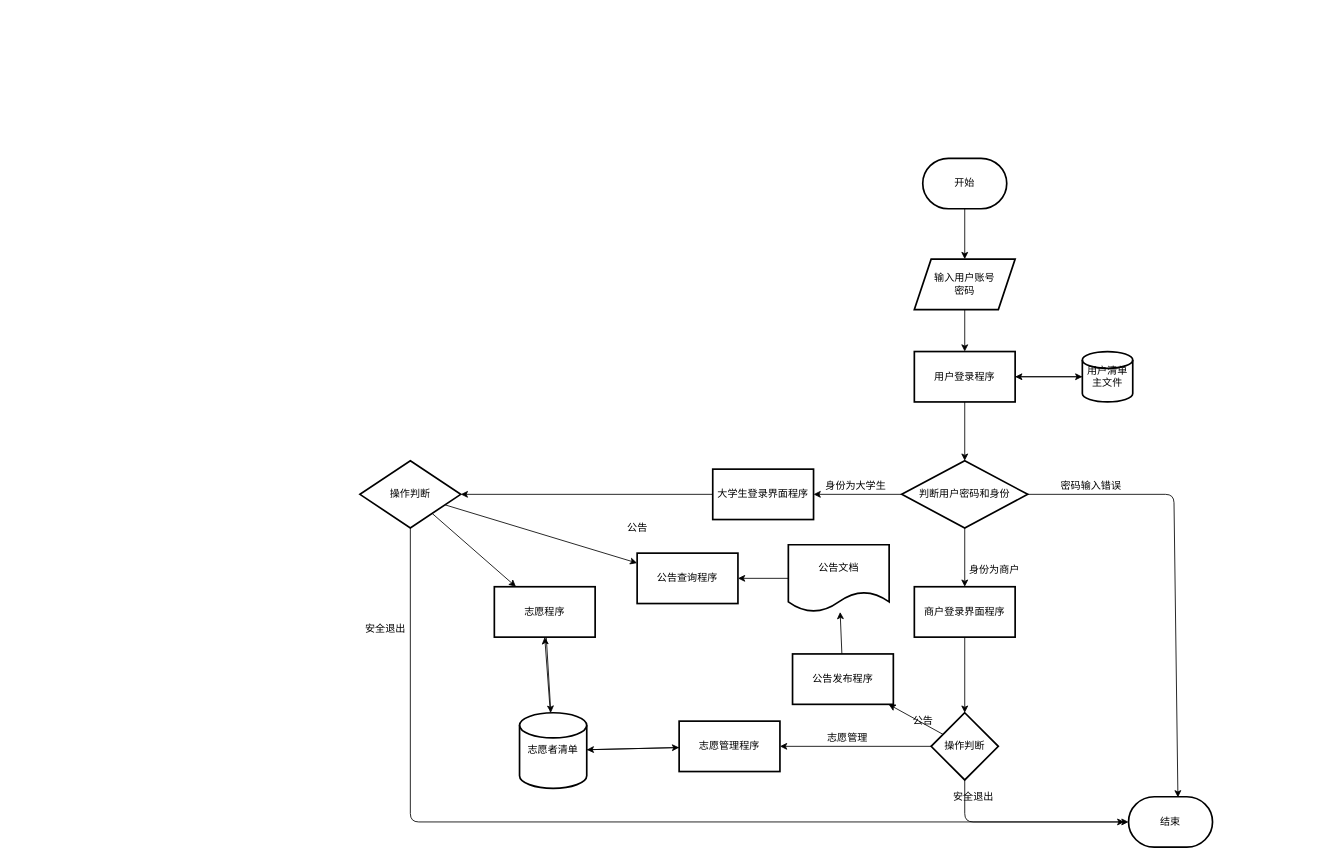
scxdhr020629/SE2022-G09 keeps this draw.io diagram as item/origin/流程图/sysG09.drawio. Above is the earlier version. Source tidied: cells renumbered, new cells numbered last; positions are measured from the earlier drawing's top-left corner, leaving out a move shared by most shapes. Both pictures are drawn from the tidied source at 84%, with x=0, y=0 at pixel (360, 158).
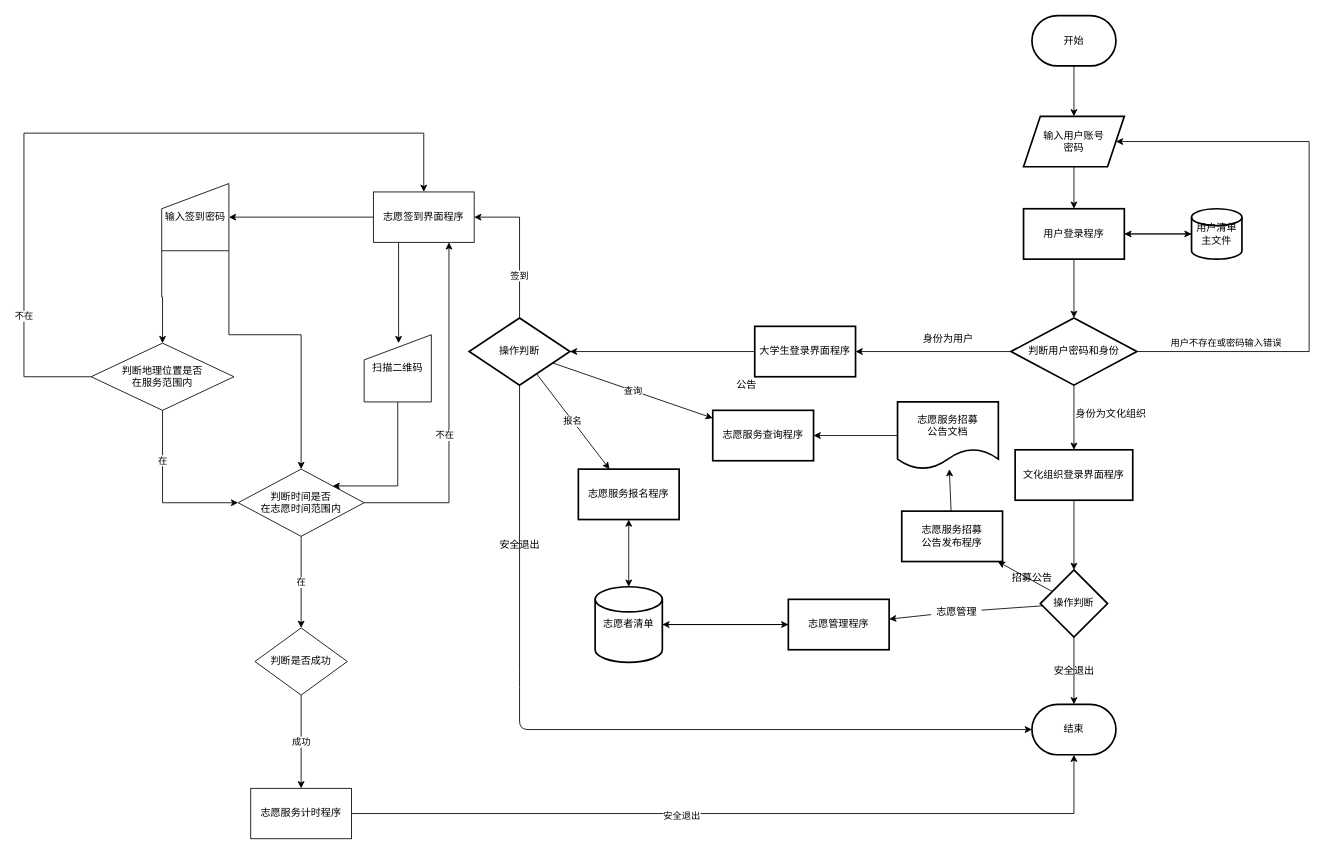
The same page after the edit.

What changed in the source:
```diff
@@
     <mxCell id="3" value="开始" style="strokeWidth=2;html=1;shape=mxgraph.flowchart.terminator;whiteSpace=wrap;" parent="1" vertex="1">
-      <mxGeometry x="670" width="100" height="60" as="geometry" />
+      <mxGeometry x="800" y="-170" width="100" height="60" as="geometry" />
     </mxCell>
@@
     <mxCell id="5" value="输入用户账号&lt;br&gt;密码" style="shape=parallelogram;perimeter=parallelogramPerimeter;whiteSpace=wrap;html=1;fixedSize=1;strokeWidth=2;" parent="1" vertex="1">
-      <mxGeometry x="660" y="120" width="120" height="60" as="geometry" />
+      <mxGeometry x="790" y="-50" width="120" height="60" as="geometry" />
     </mxCell>
@@
     <mxCell id="8" value="用户登录程序" style="whiteSpace=wrap;html=1;strokeWidth=2;" parent="1" vertex="1">
-      <mxGeometry x="660" y="230" width="120" height="60" as="geometry" />
+      <mxGeometry x="790" y="60" width="120" height="60" as="geometry" />
     </mxCell>
@@
     <mxCell id="10" value="用户清单主文件" style="strokeWidth=2;html=1;shape=mxgraph.flowchart.database;whiteSpace=wrap;" parent="1" vertex="1">
-      <mxGeometry x="860" y="230" width="60" height="60" as="geometry" />
+      <mxGeometry x="990" y="60" width="60" height="60" as="geometry" />
     </mxCell>
-    <mxCell id="11" style="edgeStyle=none;html=1;exitX=1;exitY=0.5;exitDx=0;exitDy=0;entryX=0.588;entryY=0.013;entryDx=0;entryDy=0;entryPerimeter=0;" parent="1" edge="1" source="14" target="15">
-      <mxGeometry relative="1" as="geometry">
-        <Array as="points">
-          <mxPoint x="969" y="400" />
-        </Array>
-      </mxGeometry>
-    </mxCell>
@@
     <mxCell id="14" value="判断用户密码和身份" style="rhombus;whiteSpace=wrap;html=1;strokeWidth=2;" parent="1" vertex="1">
-      <mxGeometry x="645" y="360" width="150" height="80" as="geometry" />
+      <mxGeometry x="775" y="190" width="150" height="80" as="geometry" />
     </mxCell>
     <mxCell id="15" value="结束" style="strokeWidth=2;html=1;shape=mxgraph.flowchart.terminator;whiteSpace=wrap;" parent="1" vertex="1">
-      <mxGeometry x="915" y="760" width="100" height="60" as="geometry" />
+      <mxGeometry x="800" y="650" width="100" height="60" as="geometry" />
     </mxCell>
-    <mxCell id="16" value="密码输入错误" style="text;html=1;align=center;verticalAlign=middle;strokeColor=none;fillColor=none;" parent="1" vertex="1">
-      <mxGeometry x="825" y="380" width="90" height="20" as="geometry" />
-    </mxCell>
@@
     <mxCell id="18" value="大学生登录界面程序" style="whiteSpace=wrap;html=1;strokeWidth=2;" parent="1" vertex="1">
-      <mxGeometry x="420" y="370" width="120" height="60" as="geometry" />
+      <mxGeometry x="470" y="200" width="120" height="60" as="geometry" />
     </mxCell>
@@
-    <mxCell id="20" value="商户登录界面程序" style="whiteSpace=wrap;html=1;strokeWidth=2;" parent="1" vertex="1">
-      <mxGeometry x="660" y="510" width="120" height="60" as="geometry" />
+    <mxCell id="20" value="文化组织登录界面程序" style="whiteSpace=wrap;html=1;strokeWidth=2;" parent="1" vertex="1">
+      <mxGeometry x="780" y="347" width="140" height="60" as="geometry" />
     </mxCell>
-    <mxCell id="21" style="edgeStyle=none;html=1;" parent="1" edge="1" source="24" target="28">
+    <mxCell id="21" value="查询" style="edgeStyle=none;html=1;" parent="1" edge="1" source="24" target="28">
       <mxGeometry relative="1" as="geometry" />
     </mxCell>
-    <mxCell id="22" style="edgeStyle=none;html=1;" parent="1" edge="1" source="24" target="45">
+    <mxCell id="22" value="报名" style="edgeStyle=none;html=1;" parent="1" edge="1" source="24" target="45">
       <mxGeometry relative="1" as="geometry" />
     </mxCell>
     <mxCell id="23" style="edgeStyle=none;html=1;exitX=0.5;exitY=1;exitDx=0;exitDy=0;" parent="1" edge="1" source="24" target="15">
       <mxGeometry relative="1" as="geometry">
         <Array as="points">
-          <mxPoint x="60" y="790" />
+          <mxPoint x="190" y="620" />
+          <mxPoint x="190" y="680" />
         </Array>
       </mxGeometry>
     </mxCell>
+    <mxCell id="48" value="签到" style="edgeStyle=orthogonalEdgeStyle;rounded=0;jettySize=auto;html=1;entryX=1;entryY=0.5;entryDx=0;entryDy=0;" parent="1" edge="1" source="24" target="51">
+      <mxGeometry x="-0.41" relative="1" as="geometry">
+        <mxPoint y="1" as="offset" />
+      </mxGeometry>
+    </mxCell>
     <mxCell id="24" value="操作判断" style="rhombus;whiteSpace=wrap;html=1;strokeWidth=2;" parent="1" vertex="1">
-      <mxGeometry y="360" width="120" height="80" as="geometry" />
+      <mxGeometry x="130" y="190" width="120" height="80" as="geometry" />
     </mxCell>
-    <mxCell id="25" value="身份为大学生" style="text;html=1;align=center;verticalAlign=middle;strokeColor=none;fillColor=none;" parent="1" vertex="1">
-      <mxGeometry x="545" y="380" width="90" height="20" as="geometry" />
+    <mxCell id="25" value="身份为用户" style="text;html=1;align=center;verticalAlign=middle;strokeColor=none;fillColor=none;" parent="1" vertex="1">
+      <mxGeometry x="660" y="200" width="80" height="30" as="geometry" />
     </mxCell>
-    <mxCell id="26" value="身份为商户" style="text;html=1;align=center;verticalAlign=middle;strokeColor=none;fillColor=none;" parent="1" vertex="1">
-      <mxGeometry x="715" y="480" width="80" height="20" as="geometry" />
+    <mxCell id="26" value="身份为文化组织" style="text;html=1;align=center;verticalAlign=middle;strokeColor=none;fillColor=none;" parent="1" vertex="1">
+      <mxGeometry x="839" y="290" width="110" height="30" as="geometry" />
     </mxCell>
     <mxCell id="27" value="公告" style="text;html=1;align=center;verticalAlign=middle;strokeColor=none;fillColor=none;" parent="1" vertex="1">
-      <mxGeometry x="310" y="430" width="40" height="20" as="geometry" />
+      <mxGeometry x="440" y="260" width="40" height="20" as="geometry" />
     </mxCell>
-    <mxCell id="28" value="公告查询程序" style="whiteSpace=wrap;html=1;strokeWidth=2;" parent="1" vertex="1">
-      <mxGeometry x="330" y="470" width="120" height="60" as="geometry" />
+    <mxCell id="28" value="志愿服务查询程序" style="whiteSpace=wrap;html=1;strokeWidth=2;" parent="1" vertex="1">
+      <mxGeometry x="420" y="300" width="120" height="60" as="geometry" />
     </mxCell>
@@
-    <mxCell id="30" style="edgeStyle=none;html=1;" parent="1" edge="1" source="32" target="39">
+    <mxCell id="30" style="edgeStyle=none;html=1;startArrow=none;" parent="1" edge="1" source="40" target="39">
       <mxGeometry relative="1" as="geometry" />
     </mxCell>
-    <mxCell id="31" style="edgeStyle=none;html=1;exitX=0.5;exitY=1;exitDx=0;exitDy=0;" parent="1" edge="1" source="32">
+    <mxCell id="31" style="edgeStyle=none;html=1;exitX=0.5;exitY=1;exitDx=0;exitDy=0;entryX=0.5;entryY=0;entryDx=0;entryDy=0;entryPerimeter=0;" parent="1" edge="1" source="32" target="15">
       <mxGeometry relative="1" as="geometry">
-        <mxPoint x="910" y="790" as="targetPoint" />
         <Array as="points">
-          <mxPoint x="720" y="790" />
+          <mxPoint x="850" y="620" />
         </Array>
       </mxGeometry>
     </mxCell>
     <mxCell id="32" value="操作判断" style="rhombus;whiteSpace=wrap;html=1;strokeWidth=2;" parent="1" vertex="1">
-      <mxGeometry x="680" y="660" width="80" height="80" as="geometry" />
+      <mxGeometry x="810" y="490" width="80" height="80" as="geometry" />
     </mxCell>
@@
-    <mxCell id="34" value="公告发布程序" style="whiteSpace=wrap;html=1;strokeWidth=2;" parent="1" vertex="1">
-      <mxGeometry x="515" y="590" width="120" height="60" as="geometry" />
+    <mxCell id="34" value="志愿服务招募&lt;br&gt;公告发布程序" style="whiteSpace=wrap;html=1;strokeWidth=2;" parent="1" vertex="1">
+      <mxGeometry x="645" y="420" width="120" height="60" as="geometry" />
     </mxCell>
-    <mxCell id="35" value="公告" style="text;html=1;align=center;verticalAlign=middle;strokeColor=none;fillColor=none;" parent="1" vertex="1">
-      <mxGeometry x="650" y="660" width="40" height="20" as="geometry" />
+    <mxCell id="35" value="招募公告" style="text;html=1;align=center;verticalAlign=middle;strokeColor=none;fillColor=none;" parent="1" vertex="1">
+      <mxGeometry x="765" y="485" width="70" height="30" as="geometry" />
     </mxCell>
@@
-    <mxCell id="37" value="公告文档" style="shape=document;whiteSpace=wrap;html=1;boundedLbl=1;strokeWidth=2;" parent="1" vertex="1">
-      <mxGeometry x="510" y="460" width="120" height="80" as="geometry" />
+    <mxCell id="37" value="志愿服务招募&lt;br&gt;公告文档" style="shape=document;whiteSpace=wrap;html=1;boundedLbl=1;strokeWidth=2;" parent="1" vertex="1">
+      <mxGeometry x="640" y="290" width="120" height="80" as="geometry" />
     </mxCell>
@@
     <mxCell id="39" value="志愿管理程序" style="whiteSpace=wrap;html=1;strokeWidth=2;" parent="1" vertex="1">
-      <mxGeometry x="380" y="670" width="120" height="60" as="geometry" />
+      <mxGeometry x="510" y="525" width="120" height="60" as="geometry" />
     </mxCell>
-    <mxCell id="40" value="志愿管理" style="text;html=1;align=center;verticalAlign=middle;points=[];strokeColor=none;fillColor=none;" parent="1" vertex="1">
-      <mxGeometry x="550" y="680" width="60" height="20" as="geometry" />
-    </mxCell>
@@
-    <mxCell id="42" style="edgeStyle=none;html=1;entryX=0.5;entryY=1;entryDx=0;entryDy=0;" parent="1" edge="1" source="43" target="45">
-      <mxGeometry relative="1" as="geometry" />
-    </mxCell>
     <mxCell id="43" value="志愿者清单" style="strokeWidth=2;html=1;shape=mxgraph.flowchart.database;whiteSpace=wrap;" parent="1" vertex="1">
-      <mxGeometry x="190" y="660" width="80" height="90" as="geometry" />
+      <mxGeometry x="280" y="510" width="80" height="90" as="geometry" />
     </mxCell>
-    <mxCell id="44" style="edgeStyle=none;html=1;" parent="1" edge="1" source="45" target="43">
-      <mxGeometry relative="1" as="geometry" />
-    </mxCell>
-    <mxCell id="45" value="志愿程序" style="whiteSpace=wrap;html=1;strokeWidth=2;" parent="1" vertex="1">
-      <mxGeometry x="160" y="510" width="120" height="60" as="geometry" />
+    <mxCell id="45" value="志愿服务报名程序" style="whiteSpace=wrap;html=1;strokeWidth=2;" parent="1" vertex="1">
+      <mxGeometry x="260" y="370" width="120" height="60" as="geometry" />
     </mxCell>
-    <mxCell id="46" value="安全退出" style="text;html=1;align=center;verticalAlign=middle;strokeColor=none;fillColor=none;" parent="1" vertex="1">
-      <mxGeometry y="550" width="60" height="20" as="geometry" />
+    <mxCell id="46" value="安全退出" style="text;html=1;align=center;verticalAlign=middle;strokeColor=none;fillColor=none;rotation=0;" parent="1" vertex="1">
+      <mxGeometry x="160" y="450" width="60" height="20" as="geometry" />
     </mxCell>
     <mxCell id="47" value="安全退出" style="text;html=1;align=center;verticalAlign=middle;strokeColor=none;fillColor=none;" parent="1" vertex="1">
-      <mxGeometry x="700" y="750" width="60" height="20" as="geometry" />
+      <mxGeometry x="820" y="600" width="60" height="20" as="geometry" />
     </mxCell>
+    <mxCell id="49" value="用户不存在或密码输入错误" style="endArrow=classic;html=1;rounded=0;exitX=1;exitY=0.5;exitDx=0;exitDy=0;entryX=1;entryY=0.5;entryDx=0;entryDy=0;" parent="1" edge="1" source="14" target="5">
+      <mxGeometry x="-0.69" y="10" relative="1" as="geometry">
+        <Array as="points">
+          <mxPoint x="1130" y="230" />
+          <mxPoint x="1130" y="-20" />
+        </Array>
+      </mxGeometry>
+    </mxCell>
+    <mxCell id="44" style="endArrow=classic;startArrow=classic;html=1;rounded=0;exitX=0.5;exitY=1;exitDx=0;exitDy=0;entryX=0.5;entryY=0;entryDx=0;entryDy=0;entryPerimeter=0;" parent="1" edge="1" source="45" target="43">
+      <mxGeometry relative="1" as="geometry" />
+    </mxCell>
+    <mxCell id="40" value="志愿管理" style="text;html=1;align=center;verticalAlign=middle;points=[];strokeColor=none;fillColor=none;" parent="1" vertex="1">
+      <mxGeometry x="680" y="530" width="60" height="20" as="geometry" />
+    </mxCell>
+    <mxCell id="50" style="edgeStyle=none;html=1;endArrow=none;" parent="1" edge="1" source="32" target="40">
+      <mxGeometry relative="1" as="geometry" />
+    </mxCell>
+    <mxCell id="51" value="志愿签到界面程序" style="rounded=0;whiteSpace=wrap;html=1;" parent="1" vertex="1">
+      <mxGeometry x="16" y="40" width="120" height="60" as="geometry" />
+    </mxCell>
+    <mxCell id="52" style="edgeStyle=orthogonalEdgeStyle;rounded=0;jettySize=auto;html=1;exitX=0;exitY=1;exitDx=0;exitDy=0;entryX=0.5;entryY=0;entryDx=0;entryDy=0;" parent="1" edge="1" source="54" target="59">
+      <mxGeometry relative="1" as="geometry" />
+    </mxCell>
+    <mxCell id="53" style="edgeStyle=orthogonalEdgeStyle;rounded=0;jettySize=auto;html=1;exitX=1;exitY=1;exitDx=0;exitDy=0;entryX=0.5;entryY=0;entryDx=0;entryDy=0;" parent="1" edge="1" source="54" target="69">
+      <mxGeometry relative="1" as="geometry">
+        <Array as="points">
+          <mxPoint x="-156" y="210" />
+          <mxPoint x="-70" y="210" />
+        </Array>
+      </mxGeometry>
+    </mxCell>
+    <mxCell id="54" value="输入签到密码" style="shape=manualInput;whiteSpace=wrap;html=1;" parent="1" vertex="1">
+      <mxGeometry x="-236" y="30" width="80" height="80" as="geometry" />
+    </mxCell>
+    <mxCell id="55" style="edgeStyle=orthogonalEdgeStyle;rounded=0;jettySize=auto;html=1;exitX=0.5;exitY=1;exitDx=0;exitDy=0;entryX=1;entryY=0;entryDx=0;entryDy=0;" parent="1" edge="1" source="56" target="69">
+      <mxGeometry relative="1" as="geometry">
+        <Array as="points">
+          <mxPoint x="45" y="390" />
+        </Array>
+      </mxGeometry>
+    </mxCell>
+    <mxCell id="56" value="扫描二维码" style="shape=manualInput;whiteSpace=wrap;html=1;" parent="1" vertex="1">
+      <mxGeometry x="5" y="210" width="80" height="80" as="geometry" />
+    </mxCell>
+    <mxCell id="57" value="在" style="edgeStyle=orthogonalEdgeStyle;rounded=0;jettySize=auto;html=1;exitX=0.5;exitY=1;exitDx=0;exitDy=0;entryX=0;entryY=0.5;entryDx=0;entryDy=0;" parent="1" edge="1" source="59" target="69">
+      <mxGeometry x="-0.4" relative="1" as="geometry">
+        <Array as="points">
+          <mxPoint x="-235" y="410" />
+        </Array>
+      </mxGeometry>
+    </mxCell>
+    <mxCell id="58" value="不在" style="edgeStyle=orthogonalEdgeStyle;rounded=0;jettySize=auto;html=1;entryX=0.5;entryY=0;entryDx=0;entryDy=0;" parent="1" edge="1" source="59" target="51">
+      <mxGeometry x="-0.67" relative="1" as="geometry">
+        <Array as="points">
+          <mxPoint x="-400" y="260" />
+          <mxPoint x="-400" y="-30" />
+          <mxPoint x="76" y="-30" />
+        </Array>
+        <mxPoint y="-1" as="offset" />
+      </mxGeometry>
+    </mxCell>
+    <mxCell id="59" value="判断地理位置是否&lt;br&gt;在服务范围内" style="rhombus;whiteSpace=wrap;html=1;" parent="1" vertex="1">
+      <mxGeometry x="-320" y="220" width="170" height="80" as="geometry" />
+    </mxCell>
+    <mxCell id="60" style="endArrow=classic;html=1;rounded=0;exitX=0.25;exitY=1;exitDx=0;exitDy=0;" parent="1" edge="1" source="51">
+      <mxGeometry relative="1" as="geometry">
+        <mxPoint x="46" y="220" as="targetPoint" />
+      </mxGeometry>
+    </mxCell>
+    <mxCell id="61" style="endArrow=classic;html=1;rounded=0;entryX=1;entryY=0.5;entryDx=0;entryDy=0;exitX=0;exitY=0.5;exitDx=0;exitDy=0;" parent="1" edge="1" source="51" target="54">
+      <mxGeometry relative="1" as="geometry" />
+    </mxCell>
+    <mxCell id="62" value="判断是否成功" style="rhombus;whiteSpace=wrap;html=1;" parent="1" vertex="1">
+      <mxGeometry x="-125" y="559" width="110" height="80" as="geometry" />
+    </mxCell>
+    <mxCell id="63" style="edgeStyle=orthogonalEdgeStyle;rounded=0;jettySize=auto;html=1;entryX=0.5;entryY=1;entryDx=0;entryDy=0;entryPerimeter=0;" parent="1" edge="1" source="65" target="15">
+      <mxGeometry relative="1" as="geometry" />
+    </mxCell>
+    <mxCell id="64" value="安全退出" style="edgeLabel;html=1;align=center;verticalAlign=middle;" parent="63" vertex="1">
+      <mxGeometry x="-0.16" y="-2" relative="1" as="geometry">
+        <mxPoint x="1" as="offset" />
+      </mxGeometry>
+    </mxCell>
+    <mxCell id="65" value="志愿服务计时程序" style="rounded=0;whiteSpace=wrap;html=1;" parent="1" vertex="1">
+      <mxGeometry x="-130" y="750" width="120" height="60" as="geometry" />
+    </mxCell>
+    <mxCell id="66" value="成功" style="endArrow=classic;html=1;rounded=0;exitX=0.5;exitY=1;exitDx=0;exitDy=0;" parent="1" edge="1" source="62" target="65">
+      <mxGeometry relative="1" as="geometry" />
+    </mxCell>
+    <mxCell id="67" style="edgeStyle=orthogonalEdgeStyle;rounded=0;jettySize=auto;html=1;entryX=0.75;entryY=1;entryDx=0;entryDy=0;" parent="1" edge="1" source="69" target="51">
+      <mxGeometry relative="1" as="geometry" />
+    </mxCell>
+    <mxCell id="68" value="不在" style="edgeLabel;html=1;align=center;verticalAlign=middle;" parent="67" vertex="1">
+      <mxGeometry x="-0.15" y="5" relative="1" as="geometry">
+        <mxPoint x="-1" y="-7" as="offset" />
+      </mxGeometry>
+    </mxCell>
+    <mxCell id="69" value="判断时间是否&lt;br&gt;在志愿时间范围内" style="rhombus;whiteSpace=wrap;html=1;" parent="1" vertex="1">
+      <mxGeometry x="-145" y="370" width="150" height="80" as="geometry" />
+    </mxCell>
+    <mxCell id="70" value="在" style="endArrow=classic;html=1;rounded=0;exitX=0.5;exitY=1;exitDx=0;exitDy=0;entryX=0.5;entryY=0;entryDx=0;entryDy=0;" parent="1" edge="1" source="69" target="62">
+      <mxGeometry relative="1" as="geometry" />
+    </mxCell>
```
